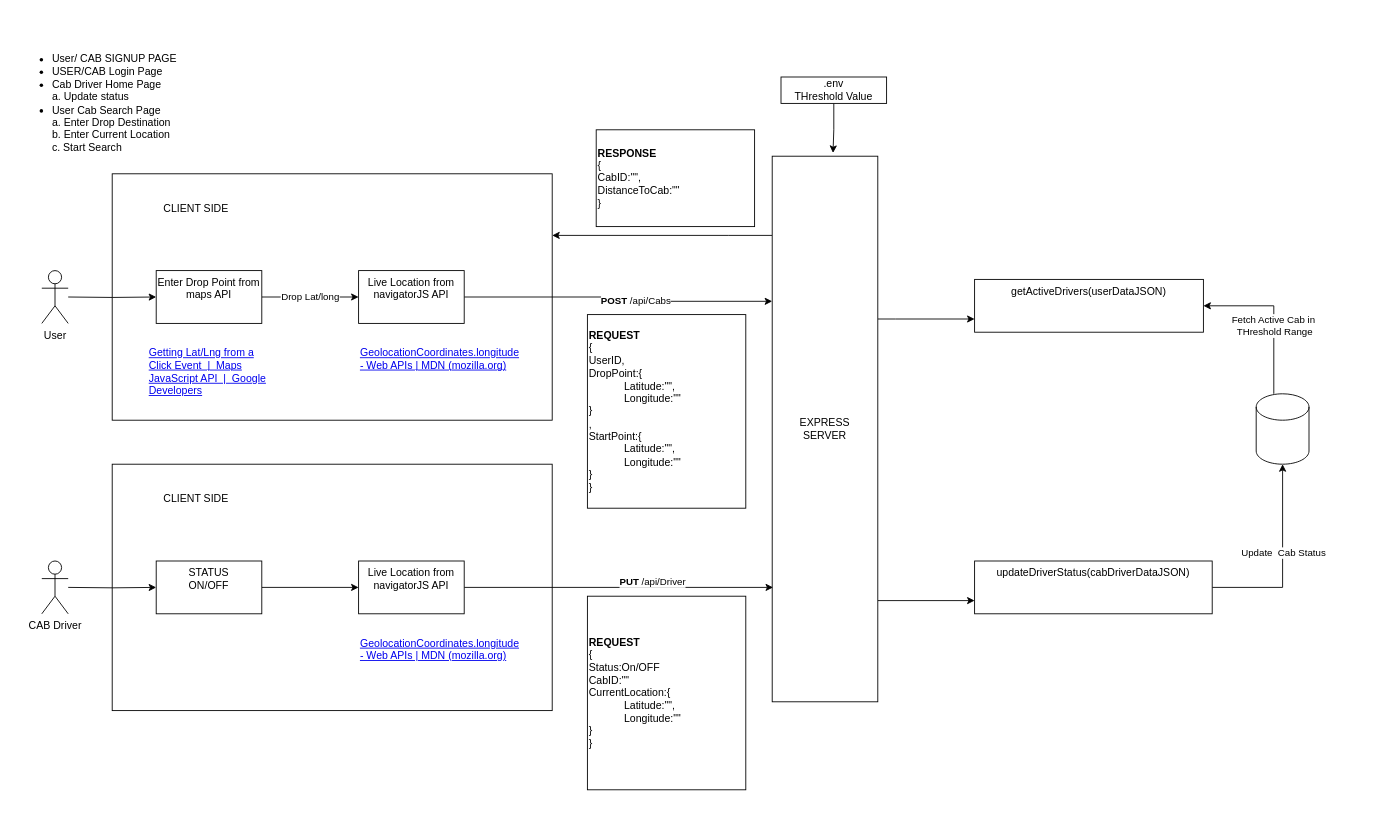
Above: Flow Chart.drawio in mraniketr/Mini-CabBooking-Platform (draw.io), before the change. Source tidied: cells renumbered, new cells numbered last; positions are measured from the earlier drawing's top-left corner, leaving out a move shared by most shapes. Both pictures are drawn from the tidied source at 88%, with x=0, y=0 at pixel (15, 15).
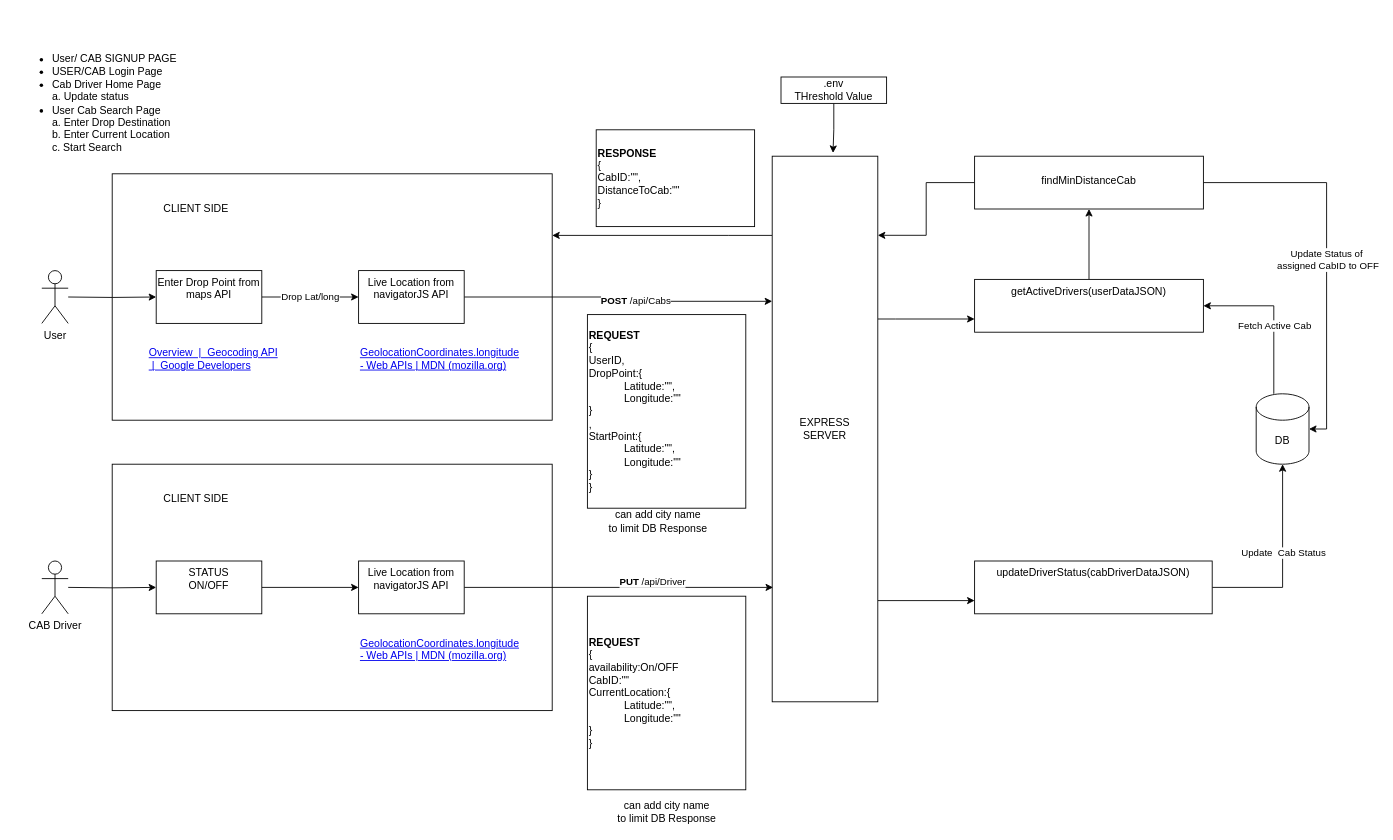
The same diagram, later.

Unchanged cells that the change refers to:
```xml
<mxCell id="14" value="EXPRESS &lt;br&gt;SERVER" style="whiteSpace=wrap;html=1;verticalAlign=middle;" parent="1" vertex="1">
  <mxGeometry x="860" y="160" width="120" height="620" as="geometry" />
</mxCell>
<mxCell id="26" value="getActiveDrivers(userDataJSON)" style="whiteSpace=wrap;html=1;verticalAlign=top;" parent="1" vertex="1">
  <mxGeometry x="1090" y="300" width="260" height="60" as="geometry" />
</mxCell>
<mxCell id="34" style="edgeStyle=orthogonalEdgeStyle;rounded=0;jettySize=auto;html=1;entryX=1;entryY=0.5;entryDx=0;entryDy=0;" parent="1" edge="1" source="36" target="26">
  <mxGeometry relative="1" as="geometry">
    <Array as="points">
      <mxPoint x="1430" y="330" />
    </Array>
  </mxGeometry>
</mxCell>
```

Diff of the diagram source:
```diff
@@
-    <mxCell id="9" value="&lt;a href=&quot;https://developers.google.com/maps/documentation/javascript/examples/event-click-latlng&quot;&gt;Getting Lat/Lng from a Click Event &amp;nbsp;|&amp;nbsp; Maps JavaScript API &amp;nbsp;|&amp;nbsp; Google Developers&lt;/a&gt;" style="text;whiteSpace=wrap;html=1;" parent="1" vertex="1">
+    <mxCell id="9" value="&lt;a href=&quot;https://developers.google.com/maps/documentation/geocoding/overview?csw=1#ReverseGeocoding&quot;&gt;Overview &amp;nbsp;|&amp;nbsp; Geocoding API &amp;nbsp;|&amp;nbsp; Google Developers&lt;/a&gt;" style="text;whiteSpace=wrap;html=1;" parent="1" vertex="1">
       <mxGeometry x="150" y="370" width="150" height="30" as="geometry" />
     </mxCell>
@@
+    <mxCell id="40" style="edgeStyle=orthogonalEdgeStyle;rounded=0;jettySize=auto;html=1;" parent="1" edge="1" source="26" target="46">
+      <mxGeometry relative="1" as="geometry" />
+    </mxCell>
@@
-    <mxCell id="33" value="&lt;b&gt;REQUEST&lt;br&gt;&lt;/b&gt;&lt;span style=&quot;text-align: center&quot;&gt;{&lt;/span&gt;&lt;br style=&quot;text-align: center&quot;&gt;&lt;span style=&quot;text-align: center&quot;&gt;Status:On/OFF&lt;/span&gt;&lt;br style=&quot;text-align: center&quot;&gt;&lt;span style=&quot;text-align: center&quot;&gt;CabID:&quot;&quot;&lt;/span&gt;&lt;br style=&quot;text-align: center&quot;&gt;&lt;span style=&quot;text-align: center&quot;&gt;CurrentLocation:{&lt;br&gt;&lt;/span&gt;&lt;blockquote style=&quot;margin: 0 0 0 40px ; border: none ; padding: 0px&quot;&gt;&lt;span style=&quot;text-align: center&quot;&gt;Latitude:&quot;&quot;,&lt;br&gt;&lt;/span&gt;&lt;span style=&quot;text-align: center&quot;&gt;Longitude:&quot;&quot;&lt;/span&gt;&lt;/blockquote&gt;&lt;span style=&quot;text-align: center&quot;&gt;}&lt;br&gt;}&lt;/span&gt;" style="rounded=0;whiteSpace=wrap;html=1;align=left;" parent="1" vertex="1">
+    <mxCell id="33" value="&lt;b&gt;REQUEST&lt;br&gt;&lt;/b&gt;&lt;span style=&quot;text-align: center&quot;&gt;{&lt;/span&gt;&lt;br style=&quot;text-align: center&quot;&gt;&lt;span style=&quot;text-align: center&quot;&gt;availability:On/OFF&lt;/span&gt;&lt;br style=&quot;text-align: center&quot;&gt;&lt;span style=&quot;text-align: center&quot;&gt;CabID:&quot;&quot;&lt;/span&gt;&lt;br style=&quot;text-align: center&quot;&gt;&lt;span style=&quot;text-align: center&quot;&gt;CurrentLocation:{&lt;br&gt;&lt;/span&gt;&lt;blockquote style=&quot;margin: 0 0 0 40px ; border: none ; padding: 0px&quot;&gt;&lt;span style=&quot;text-align: center&quot;&gt;Latitude:&quot;&quot;,&lt;br&gt;&lt;/span&gt;&lt;span style=&quot;text-align: center&quot;&gt;Longitude:&quot;&quot;&lt;/span&gt;&lt;/blockquote&gt;&lt;span style=&quot;text-align: center&quot;&gt;}&lt;br&gt;}&lt;/span&gt;" style="rounded=0;whiteSpace=wrap;html=1;align=left;" parent="1" vertex="1">
       <mxGeometry x="650" y="660" width="180" height="220" as="geometry" />
     </mxCell>
@@
-    <mxCell id="35" value="Fetch Active Cab in&amp;nbsp;&lt;br&gt;THreshold Range" style="edgeLabel;html=1;align=center;verticalAlign=middle;" parent="34" vertex="1">
+    <mxCell id="35" value="Fetch Active Cab" style="edgeLabel;html=1;align=center;verticalAlign=middle;" parent="34" vertex="1">
       <mxGeometry x="-0.13" relative="1" as="geometry" />
     </mxCell>
-    <mxCell id="36" style="shape=cylinder3;whiteSpace=wrap;html=1;boundedLbl=1;backgroundOutline=1;size=15;" parent="1" vertex="1">
+    <mxCell id="36" value="DB" style="shape=cylinder3;whiteSpace=wrap;html=1;boundedLbl=1;backgroundOutline=1;size=15;" parent="1" vertex="1">
       <mxGeometry x="1410" y="430" width="60" height="80" as="geometry" />
     </mxCell>
@@
+    <mxCell id="41" value="can add city name &lt;br&gt;to limit DB Response" style="text;html=1;align=center;verticalAlign=middle;strokeColor=none;fillColor=none;" parent="1" vertex="1">
+      <mxGeometry x="665" y="560" width="130" height="30" as="geometry" />
+    </mxCell>
+    <mxCell id="42" value="can add city name &lt;br&gt;to limit DB Response" style="text;html=1;align=center;verticalAlign=middle;strokeColor=none;fillColor=none;" parent="1" vertex="1">
+      <mxGeometry x="675" y="890" width="130" height="30" as="geometry" />
+    </mxCell>
+    <mxCell id="43" style="edgeStyle=orthogonalEdgeStyle;rounded=0;jettySize=auto;html=1;entryX=1;entryY=0.145;entryDx=0;entryDy=0;entryPerimeter=0;" parent="1" edge="1" source="46" target="14">
+      <mxGeometry relative="1" as="geometry" />
+    </mxCell>
+    <mxCell id="44" style="edgeStyle=orthogonalEdgeStyle;rounded=0;jettySize=auto;html=1;entryX=1;entryY=0.5;entryDx=0;entryDy=0;entryPerimeter=0;" parent="1" edge="1" source="46" target="36">
+      <mxGeometry relative="1" as="geometry" />
+    </mxCell>
+    <mxCell id="45" value="Update Status of&lt;br&gt;&amp;nbsp;assigned CabID to OFF" style="edgeLabel;html=1;align=center;verticalAlign=middle;" parent="44" vertex="1">
+      <mxGeometry x="0.03" y="-1" relative="1" as="geometry" />
+    </mxCell>
+    <mxCell id="46" value="&lt;br&gt;findMinDistanceCab" style="whiteSpace=wrap;html=1;verticalAlign=top;" parent="1" vertex="1">
+      <mxGeometry x="1090" y="160" width="260" height="60" as="geometry" />
+    </mxCell>
```
